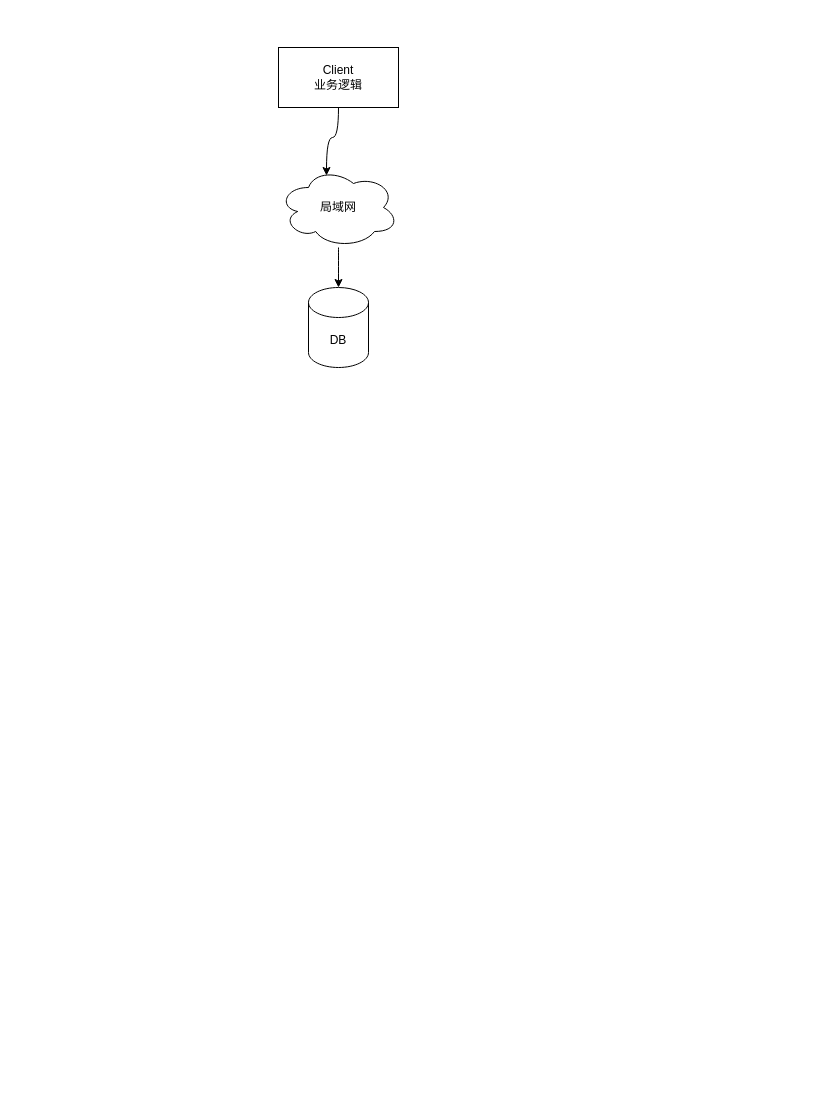
Above: 分布式系统的前世今生.drawio in catface996/images (draw.io), before the change. Source tidied: cells renumbered, new cells numbered last; positions are measured from the earlier drawing's top-left corner, leaving out a move shared by most shapes. Both pictures are drawn from the tidied source at 100%, with x=0, y=0 at pixel (278, 47).
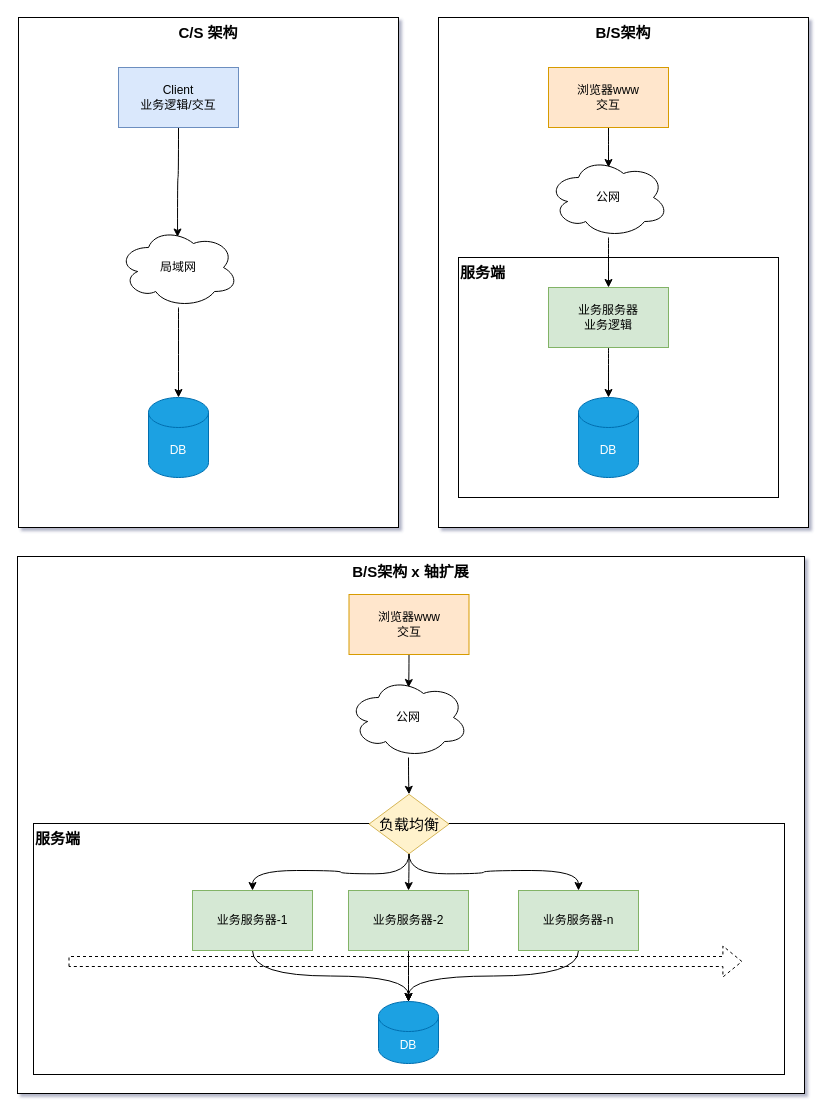
Above is the later version.

Commit message (it also covers changes not shown here):
更新分布式系统的前世今生.drawio

Change to the diagram source:
```diff
@@
-<mxGraphModel>
+<mxGraphModel shadow="1">
@@
+    <mxCell id="7" value="B/S架构" style="rounded=0;whiteSpace=wrap;html=1;fontSize=15;verticalAlign=top;fontStyle=1;" parent="1" vertex="1">
+      <mxGeometry x="160" y="-30" width="370" height="510" as="geometry" />
+    </mxCell>
+    <mxCell id="8" value="C/S 架构" style="rounded=0;whiteSpace=wrap;html=1;fontSize=15;align=center;verticalAlign=top;fontStyle=1;" parent="1" vertex="1">
+      <mxGeometry x="-260" y="-30" width="380" height="510" as="geometry" />
+    </mxCell>
-    <mxCell id="2" style="edgeStyle=orthogonalEdgeStyle;rounded=0;jettySize=auto;html=1;entryX=0.4;entryY=0.1;entryDx=0;entryDy=0;entryPerimeter=0;curved=1;" parent="1" edge="1" source="3" target="6">
+    <mxCell id="2" style="edgeStyle=orthogonalEdgeStyle;rounded=0;jettySize=auto;html=1;entryX=0.492;entryY=0.119;entryDx=0;entryDy=0;entryPerimeter=0;curved=1;" parent="1" edge="1" source="3" target="6">
       <mxGeometry relative="1" as="geometry" />
     </mxCell>
-    <mxCell id="3" value="Client&lt;br&gt;业务逻辑" style="rounded=0;whiteSpace=wrap;html=1;" parent="1" vertex="1">
-      <mxGeometry width="120" height="60" as="geometry" />
+    <mxCell id="3" value="Client&lt;br&gt;业务逻辑/交互" style="rounded=0;whiteSpace=wrap;html=1;fillColor=#dae8fc;strokeColor=#6c8ebf;" parent="1" vertex="1">
+      <mxGeometry x="-160" y="20" width="120" height="60" as="geometry" />
     </mxCell>
-    <mxCell id="4" value="DB" style="shape=cylinder3;whiteSpace=wrap;html=1;boundedLbl=1;backgroundOutline=1;size=15;" parent="1" vertex="1">
-      <mxGeometry x="30" y="240" width="60" height="80" as="geometry" />
+    <mxCell id="4" value="DB" style="shape=cylinder3;whiteSpace=wrap;html=1;boundedLbl=1;backgroundOutline=1;size=15;fillColor=#1ba1e2;fontColor=#ffffff;strokeColor=#006EAF;" parent="1" vertex="1">
+      <mxGeometry x="-130" y="350" width="60" height="80" as="geometry" />
     </mxCell>
@@
     <mxCell id="6" value="局域网" style="ellipse;shape=cloud;whiteSpace=wrap;html=1;" parent="1" vertex="1">
-      <mxGeometry y="120" width="120" height="80" as="geometry" />
+      <mxGeometry x="-160" y="180" width="120" height="80" as="geometry" />
     </mxCell>
+    <mxCell id="9" style="edgeStyle=orthogonalEdgeStyle;rounded=0;jettySize=auto;html=1;entryX=0.5;entryY=0.125;entryDx=0;entryDy=0;entryPerimeter=0;curved=1;" parent="1" edge="1" source="10" target="11">
+      <mxGeometry relative="1" as="geometry" />
+    </mxCell>
+    <mxCell id="10" value="浏览器www&lt;br&gt;交互" style="rounded=0;whiteSpace=wrap;html=1;fillColor=#ffe6cc;strokeColor=#d79b00;" parent="1" vertex="1">
+      <mxGeometry x="270" y="20" width="120" height="60" as="geometry" />
+    </mxCell>
+    <mxCell id="11" value="公网" style="ellipse;shape=cloud;whiteSpace=wrap;html=1;" parent="1" vertex="1">
+      <mxGeometry x="270" y="110" width="120" height="80" as="geometry" />
+    </mxCell>
+    <mxCell id="12" value="服务端" style="rounded=0;whiteSpace=wrap;html=1;verticalAlign=top;align=left;fontStyle=1;fontSize=15;" parent="1" vertex="1">
+      <mxGeometry x="180" y="210" width="320" height="240" as="geometry" />
+    </mxCell>
+    <mxCell id="13" value="DB" style="shape=cylinder3;whiteSpace=wrap;html=1;boundedLbl=1;backgroundOutline=1;size=15;fillColor=#1ba1e2;fontColor=#ffffff;strokeColor=#006EAF;" parent="1" vertex="1">
+      <mxGeometry x="300" y="350" width="60" height="80" as="geometry" />
+    </mxCell>
+    <mxCell id="14" style="edgeStyle=orthogonalEdgeStyle;curved=1;rounded=0;jettySize=auto;html=1;entryX=0.5;entryY=0;entryDx=0;entryDy=0;entryPerimeter=0;" parent="1" edge="1" source="15" target="13">
+      <mxGeometry relative="1" as="geometry" />
+    </mxCell>
+    <mxCell id="15" value="业务服务器&lt;br&gt;业务逻辑" style="rounded=0;whiteSpace=wrap;html=1;fillColor=#d5e8d4;strokeColor=#82b366;" parent="1" vertex="1">
+      <mxGeometry x="270" y="240" width="120" height="60" as="geometry" />
+    </mxCell>
+    <mxCell id="16" style="edgeStyle=orthogonalEdgeStyle;curved=1;rounded=0;jettySize=auto;html=1;entryX=0.5;entryY=0;entryDx=0;entryDy=0;" parent="1" edge="1" source="11" target="15">
+      <mxGeometry relative="1" as="geometry" />
+    </mxCell>
+    <mxCell id="17" value="B/S架构 x 轴扩展" style="rounded=0;whiteSpace=wrap;html=1;fontSize=15;verticalAlign=top;fontStyle=1;" parent="1" vertex="1">
+      <mxGeometry x="-261" y="509" width="787" height="537" as="geometry" />
+    </mxCell>
+    <mxCell id="18" style="edgeStyle=orthogonalEdgeStyle;rounded=0;jettySize=auto;html=1;entryX=0.5;entryY=0.125;entryDx=0;entryDy=0;entryPerimeter=0;curved=1;" parent="1" edge="1" source="19" target="21">
+      <mxGeometry relative="1" as="geometry" />
+    </mxCell>
+    <mxCell id="19" value="浏览器www&lt;br&gt;交互" style="rounded=0;whiteSpace=wrap;html=1;fillColor=#ffe6cc;strokeColor=#d79b00;" parent="1" vertex="1">
+      <mxGeometry x="70.5" y="547" width="120" height="60" as="geometry" />
+    </mxCell>
+    <mxCell id="20" style="edgeStyle=orthogonalEdgeStyle;curved=1;rounded=0;jettySize=auto;html=1;entryX=0.5;entryY=0;entryDx=0;entryDy=0;fontSize=15;" parent="1" edge="1" source="21" target="29">
+      <mxGeometry relative="1" as="geometry" />
+    </mxCell>
+    <mxCell id="21" value="公网" style="ellipse;shape=cloud;whiteSpace=wrap;html=1;" parent="1" vertex="1">
+      <mxGeometry x="70" y="630" width="120" height="80" as="geometry" />
+    </mxCell>
+    <mxCell id="22" value="服务端" style="rounded=0;whiteSpace=wrap;html=1;verticalAlign=top;align=left;fontStyle=1;fontSize=15;" parent="1" vertex="1">
+      <mxGeometry x="-245" y="776" width="751" height="251" as="geometry" />
+    </mxCell>
+    <mxCell id="23" value="DB" style="shape=cylinder3;whiteSpace=wrap;html=1;boundedLbl=1;backgroundOutline=1;size=15;fillColor=#1ba1e2;fontColor=#ffffff;strokeColor=#006EAF;" parent="1" vertex="1">
+      <mxGeometry x="100" y="954" width="60" height="62" as="geometry" />
+    </mxCell>
+    <mxCell id="24" style="edgeStyle=orthogonalEdgeStyle;curved=1;rounded=0;jettySize=auto;html=1;entryX=0.5;entryY=0;entryDx=0;entryDy=0;entryPerimeter=0;" parent="1" edge="1" source="25" target="23">
+      <mxGeometry relative="1" as="geometry" />
+    </mxCell>
+    <mxCell id="25" value="业务服务器-2" style="rounded=0;whiteSpace=wrap;html=1;fillColor=#d5e8d4;strokeColor=#82b366;" parent="1" vertex="1">
+      <mxGeometry x="70" y="843" width="120" height="60" as="geometry" />
+    </mxCell>
+    <mxCell id="26" style="edgeStyle=orthogonalEdgeStyle;curved=1;rounded=0;jettySize=auto;html=1;entryX=0.5;entryY=0;entryDx=0;entryDy=0;startArrow=none;" parent="1" edge="1" source="29" target="25">
+      <mxGeometry relative="1" as="geometry" />
+    </mxCell>
+    <mxCell id="27" style="edgeStyle=orthogonalEdgeStyle;curved=1;rounded=0;jettySize=auto;html=1;entryX=0.5;entryY=0;entryDx=0;entryDy=0;fontSize=15;exitX=0.5;exitY=1;exitDx=0;exitDy=0;" parent="1" edge="1" source="29" target="31">
+      <mxGeometry relative="1" as="geometry" />
+    </mxCell>
+    <mxCell id="28" style="edgeStyle=orthogonalEdgeStyle;curved=1;rounded=0;jettySize=auto;html=1;entryX=0.5;entryY=0;entryDx=0;entryDy=0;fontSize=15;exitX=0.5;exitY=1;exitDx=0;exitDy=0;" parent="1" edge="1" source="29" target="33">
+      <mxGeometry relative="1" as="geometry" />
+    </mxCell>
+    <mxCell id="29" value="负载均衡" style="rhombus;whiteSpace=wrap;html=1;fontSize=15;fillColor=#fff2cc;strokeColor=#d6b656;" parent="1" vertex="1">
+      <mxGeometry x="90.5" y="746.8" width="80" height="59.5" as="geometry" />
+    </mxCell>
+    <mxCell id="30" style="edgeStyle=orthogonalEdgeStyle;curved=1;rounded=0;jettySize=auto;html=1;entryX=0.5;entryY=0;entryDx=0;entryDy=0;entryPerimeter=0;fontSize=15;exitX=0.5;exitY=1;exitDx=0;exitDy=0;" parent="1" edge="1" source="31" target="23">
+      <mxGeometry relative="1" as="geometry" />
+    </mxCell>
+    <mxCell id="31" value="业务服务器-1" style="rounded=0;whiteSpace=wrap;html=1;fillColor=#d5e8d4;strokeColor=#82b366;" parent="1" vertex="1">
+      <mxGeometry x="-86" y="843" width="120" height="60" as="geometry" />
+    </mxCell>
+    <mxCell id="32" style="edgeStyle=orthogonalEdgeStyle;curved=1;rounded=0;jettySize=auto;html=1;entryX=0.5;entryY=0;entryDx=0;entryDy=0;entryPerimeter=0;fontSize=15;exitX=0.5;exitY=1;exitDx=0;exitDy=0;" parent="1" edge="1" source="33" target="23">
+      <mxGeometry relative="1" as="geometry" />
+    </mxCell>
+    <mxCell id="33" value="业务服务器-n" style="rounded=0;whiteSpace=wrap;html=1;fillColor=#d5e8d4;strokeColor=#82b366;" parent="1" vertex="1">
+      <mxGeometry x="240" y="843" width="120" height="60" as="geometry" />
+    </mxCell>
+    <mxCell id="34" style="shape=flexArrow;endArrow=classic;html=1;rounded=0;fontSize=15;curved=1;entryX=0.944;entryY=0.498;entryDx=0;entryDy=0;entryPerimeter=0;dashed=1;" parent="1" edge="1">
+      <mxGeometry relative="1" as="geometry">
+        <mxPoint x="-210" y="914" as="sourcePoint" />
+        <mxPoint x="463.9" y="914" as="targetPoint" />
+      </mxGeometry>
+    </mxCell>
```
